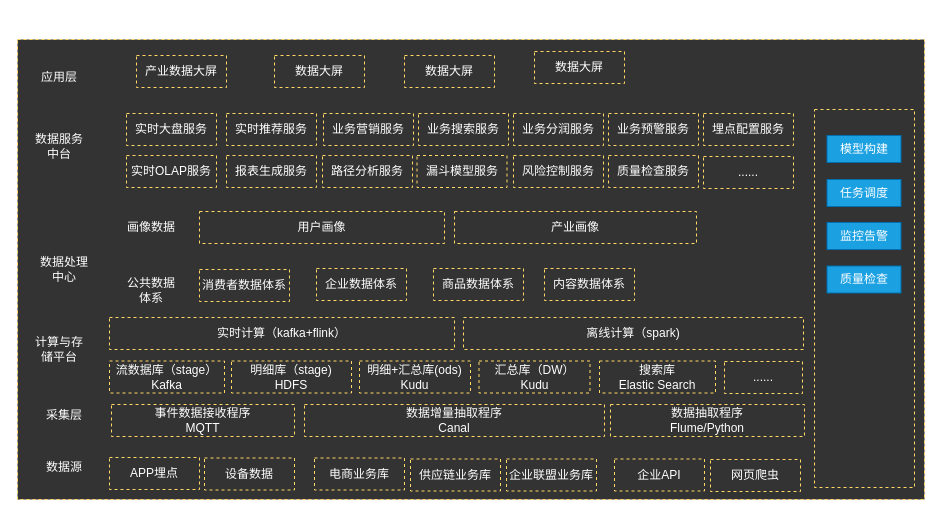
This is page "data-c" (5 of 5) of cgc/cgc-framework.drawio from kinvensan/drawio, a draw.io file, before an edit. Source tidied: cells renumbered, new cells numbered last; positions are measured from the earlier drawing's top-left corner, leaving out a move shared by most shapes. Both pictures are drawn from the tidied source at 100%, with x=0, y=0 at pixel (17, 39).
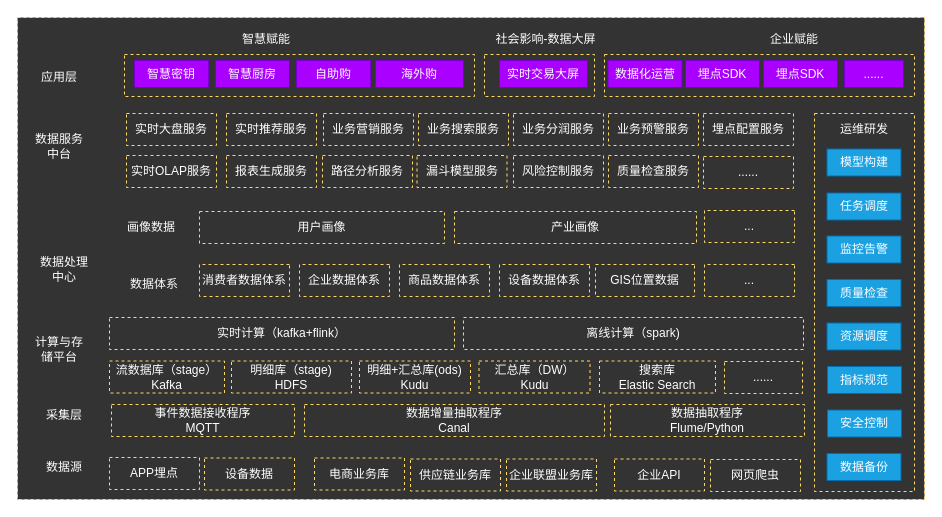
The same page after the edit.

Change to the diagram source:
```diff
@@
     <mxCell id="2" style="rounded=0;whiteSpace=wrap;html=1;dashed=1;strokeColor=#FFD966;fillColor=#333333;fontColor=#FFFFFF;" parent="1" vertex="1">
-      <mxGeometry width="907" height="460" as="geometry" />
+      <mxGeometry y="-22" width="907" height="482" as="geometry" />
     </mxCell>
@@
-    <mxCell id="18" value="&lt;span style=&quot;white-space: normal&quot;&gt;产业数据大屏&lt;br&gt;&lt;/span&gt;" style="rounded=0;whiteSpace=wrap;html=1;strokeColor=#FFD966;fontColor=#FFFFFF;fillColor=#333333;dashed=1;" parent="1" vertex="1">
-      <mxGeometry x="119" y="16" width="90" height="32" as="geometry" />
+    <mxCell id="18" value="&lt;span style=&quot;white-space: normal&quot;&gt;&lt;br&gt;&lt;/span&gt;" style="rounded=0;whiteSpace=wrap;html=1;strokeColor=#FFD966;fontColor=#FFFFFF;fillColor=#333333;dashed=1;" parent="1" vertex="1">
+      <mxGeometry x="107" y="15" width="350" height="42" as="geometry" />
     </mxCell>
-    <mxCell id="19" value="&lt;span style=&quot;white-space: normal&quot;&gt;数据大屏&lt;br&gt;&lt;/span&gt;" style="rounded=0;whiteSpace=wrap;html=1;strokeColor=#FFD966;fontColor=#FFFFFF;fillColor=#333333;dashed=1;" parent="1" vertex="1">
-      <mxGeometry x="257" y="16" width="90" height="32" as="geometry" />
+    <mxCell id="19" value="&lt;span style=&quot;white-space: normal&quot;&gt;&lt;br&gt;&lt;/span&gt;" style="rounded=0;whiteSpace=wrap;html=1;strokeColor=#FFD966;fontColor=#FFFFFF;fillColor=#333333;dashed=1;" parent="1" vertex="1">
+      <mxGeometry x="467" y="15" width="110" height="42" as="geometry" />
     </mxCell>
-    <mxCell id="20" value="&lt;span style=&quot;white-space: normal&quot;&gt;数据大屏&lt;br&gt;&lt;/span&gt;" style="rounded=0;whiteSpace=wrap;html=1;strokeColor=#FFD966;fontColor=#FFFFFF;fillColor=#333333;dashed=1;" parent="1" vertex="1">
-      <mxGeometry x="387" y="16" width="90" height="32" as="geometry" />
-    </mxCell>
@@
-    <mxCell id="37" value="公共数据体系" style="text;html=1;strokeColor=none;fillColor=none;align=center;verticalAlign=middle;whiteSpace=wrap;rounded=0;dashed=1;fontColor=#FFFFFF;" parent="1" vertex="1">
-      <mxGeometry x="104" y="241" width="60" height="20" as="geometry" />
+    <mxCell id="37" value="数据体系" style="text;html=1;strokeColor=none;fillColor=none;align=center;verticalAlign=middle;whiteSpace=wrap;rounded=0;dashed=1;fontColor=#FFFFFF;" parent="1" vertex="1">
+      <mxGeometry x="107" y="235" width="60" height="20" as="geometry" />
     </mxCell>
@@
-    <mxCell id="39" value="&lt;span style=&quot;white-space: normal&quot;&gt;数据大屏&lt;br&gt;&lt;/span&gt;" style="rounded=0;whiteSpace=wrap;html=1;strokeColor=#FFD966;fontColor=#FFFFFF;fillColor=#333333;dashed=1;" parent="1" vertex="1">
-      <mxGeometry x="517" y="12" width="90" height="32" as="geometry" />
-    </mxCell>
@@
-    <mxCell id="42" value="&lt;span style=&quot;white-space: normal&quot;&gt;消费者数据体系&lt;br&gt;&lt;/span&gt;" style="rounded=0;whiteSpace=wrap;html=1;strokeColor=#FFD966;fontColor=#FFFFFF;fillColor=#333333;dashed=1;" parent="1" vertex="1">
-      <mxGeometry x="182" y="230" width="90" height="32" as="geometry" />
+    <mxCell id="42" value="&lt;span style=&quot;white-space: normal&quot;&gt;消费者数据体系&lt;br&gt;&lt;/span&gt;" style="rounded=0;whiteSpace=wrap;html=1;strokeColor=#FFD966;fontColor=#FFFFFF;fillColor=#333333;dashed=1;flipH=1;" parent="1" vertex="1">
+      <mxGeometry x="182" y="225" width="90" height="32" as="geometry" />
     </mxCell>
-    <mxCell id="43" value="&lt;span style=&quot;white-space: normal&quot;&gt;企业数据体系&lt;br&gt;&lt;/span&gt;" style="rounded=0;whiteSpace=wrap;html=1;strokeColor=#FFD966;fontColor=#FFFFFF;fillColor=#333333;dashed=1;" parent="1" vertex="1">
-      <mxGeometry x="299" y="229" width="90" height="32" as="geometry" />
+    <mxCell id="43" value="&lt;span style=&quot;white-space: normal&quot;&gt;企业数据体系&lt;br&gt;&lt;/span&gt;" style="rounded=0;whiteSpace=wrap;html=1;strokeColor=#FFD966;fontColor=#FFFFFF;fillColor=#333333;dashed=1;flipH=1;" parent="1" vertex="1">
+      <mxGeometry x="282" y="225" width="90" height="32" as="geometry" />
     </mxCell>
-    <mxCell id="44" value="&lt;span style=&quot;white-space: normal&quot;&gt;商品数据体系&lt;br&gt;&lt;/span&gt;" style="rounded=0;whiteSpace=wrap;html=1;strokeColor=#FFD966;fontColor=#FFFFFF;fillColor=#333333;dashed=1;" parent="1" vertex="1">
-      <mxGeometry x="416" y="229" width="90" height="32" as="geometry" />
+    <mxCell id="44" value="&lt;span style=&quot;white-space: normal&quot;&gt;商品数据体系&lt;br&gt;&lt;/span&gt;" style="rounded=0;whiteSpace=wrap;html=1;strokeColor=#FFD966;fontColor=#FFFFFF;fillColor=#333333;dashed=1;flipH=1;" parent="1" vertex="1">
+      <mxGeometry x="382" y="225" width="90" height="32" as="geometry" />
     </mxCell>
-    <mxCell id="45" value="&lt;span style=&quot;white-space: normal&quot;&gt;内容数据体系&lt;br&gt;&lt;/span&gt;" style="rounded=0;whiteSpace=wrap;html=1;strokeColor=#FFD966;fontColor=#FFFFFF;fillColor=#333333;dashed=1;" parent="1" vertex="1">
-      <mxGeometry x="527" y="229" width="90" height="32" as="geometry" />
+    <mxCell id="45" value="&lt;span style=&quot;white-space: normal&quot;&gt;GIS位置数据&lt;br&gt;&lt;/span&gt;" style="rounded=0;whiteSpace=wrap;html=1;strokeColor=#FFD966;fontColor=#FFFFFF;fillColor=#333333;dashed=1;flipH=1;" parent="1" vertex="1">
+      <mxGeometry x="578" y="225" width="99" height="32" as="geometry" />
     </mxCell>
@@
     <mxCell id="53" value="&lt;span style=&quot;white-space: normal&quot;&gt;&lt;br&gt;&lt;/span&gt;" style="rounded=0;whiteSpace=wrap;html=1;strokeColor=#FFD966;fontColor=#FFFFFF;fillColor=#333333;dashed=1;" parent="1" vertex="1">
-      <mxGeometry x="797" y="70" width="100" height="378" as="geometry" />
+      <mxGeometry x="797" y="74" width="100" height="378" as="geometry" />
     </mxCell>
     <mxCell id="54" value="模型构建" style="rounded=0;whiteSpace=wrap;html=1;strokeColor=#006EAF;fillColor=#1ba1e2;fontColor=#ffffff;" parent="1" vertex="1">
-      <mxGeometry x="809.5" y="96" width="74" height="27" as="geometry" />
+      <mxGeometry x="809.5" y="109.5" width="74" height="27" as="geometry" />
     </mxCell>
     <mxCell id="55" value="任务调度" style="rounded=0;whiteSpace=wrap;html=1;strokeColor=#006EAF;fillColor=#1ba1e2;fontColor=#ffffff;" parent="1" vertex="1">
-      <mxGeometry x="809.5" y="140" width="74" height="27" as="geometry" />
+      <mxGeometry x="809.5" y="153.5" width="74" height="27" as="geometry" />
     </mxCell>
     <mxCell id="56" value="监控告警" style="rounded=0;whiteSpace=wrap;html=1;strokeColor=#006EAF;fillColor=#1ba1e2;fontColor=#ffffff;" parent="1" vertex="1">
-      <mxGeometry x="809.5" y="183" width="74" height="27" as="geometry" />
+      <mxGeometry x="809.5" y="196.5" width="74" height="27" as="geometry" />
     </mxCell>
     <mxCell id="57" value="质量检查" style="rounded=0;whiteSpace=wrap;html=1;strokeColor=#006EAF;fillColor=#1ba1e2;fontColor=#ffffff;" parent="1" vertex="1">
-      <mxGeometry x="809.5" y="226.5" width="74" height="27" as="geometry" />
+      <mxGeometry x="809.5" y="240" width="74" height="27" as="geometry" />
     </mxCell>
+    <mxCell id="58" value="智慧赋能" style="text;html=1;strokeColor=none;fillColor=none;align=center;verticalAlign=middle;whiteSpace=wrap;rounded=0;fontColor=#FFFFFF;" parent="1" vertex="1">
+      <mxGeometry x="211" y="-10" width="76" height="20" as="geometry" />
+    </mxCell>
+    <mxCell id="59" value="智慧密钥" style="rounded=0;whiteSpace=wrap;html=1;strokeColor=#7700CC;fillColor=#aa00ff;fontColor=#ffffff;" parent="1" vertex="1">
+      <mxGeometry x="117" y="21" width="74" height="27" as="geometry" />
+    </mxCell>
+    <mxCell id="60" value="&lt;span style=&quot;white-space: normal&quot;&gt;设备数据体系&lt;br&gt;&lt;/span&gt;" style="rounded=0;whiteSpace=wrap;html=1;strokeColor=#FFD966;fontColor=#FFFFFF;fillColor=#333333;dashed=1;flipH=1;" parent="1" vertex="1">
+      <mxGeometry x="482" y="225" width="90" height="32" as="geometry" />
+    </mxCell>
+    <mxCell id="61" value="智慧厨房" style="rounded=0;whiteSpace=wrap;html=1;strokeColor=#7700CC;fillColor=#aa00ff;fontColor=#ffffff;" parent="1" vertex="1">
+      <mxGeometry x="198" y="21" width="74" height="27" as="geometry" />
+    </mxCell>
+    <mxCell id="62" value="自助购" style="rounded=0;whiteSpace=wrap;html=1;strokeColor=#7700CC;fillColor=#aa00ff;fontColor=#ffffff;" parent="1" vertex="1">
+      <mxGeometry x="279" y="21" width="74" height="27" as="geometry" />
+    </mxCell>
+    <mxCell id="63" value="社会影响-数据大屏" style="text;html=1;strokeColor=none;fillColor=none;align=center;verticalAlign=middle;whiteSpace=wrap;rounded=0;fontColor=#FFFFFF;" parent="1" vertex="1">
+      <mxGeometry x="472" y="-10" width="113" height="20" as="geometry" />
+    </mxCell>
+    <mxCell id="64" value="实时交易大屏" style="rounded=0;whiteSpace=wrap;html=1;strokeColor=#7700CC;fillColor=#aa00ff;fontColor=#ffffff;" parent="1" vertex="1">
+      <mxGeometry x="482" y="21" width="88" height="27" as="geometry" />
+    </mxCell>
+    <mxCell id="65" value="海外购" style="rounded=0;whiteSpace=wrap;html=1;strokeColor=#7700CC;fillColor=#aa00ff;fontColor=#ffffff;" parent="1" vertex="1">
+      <mxGeometry x="358" y="21" width="88" height="27" as="geometry" />
+    </mxCell>
+    <mxCell id="66" value="&lt;span style=&quot;white-space: normal&quot;&gt;...&lt;br&gt;&lt;/span&gt;" style="rounded=0;whiteSpace=wrap;html=1;strokeColor=#FFD966;fontColor=#FFFFFF;fillColor=#333333;dashed=1;flipH=1;" parent="1" vertex="1">
+      <mxGeometry x="687" y="225" width="90" height="32" as="geometry" />
+    </mxCell>
+    <mxCell id="67" value="&lt;span style=&quot;white-space: normal&quot;&gt;...&lt;br&gt;&lt;/span&gt;" style="rounded=0;whiteSpace=wrap;html=1;strokeColor=#FFD966;fontColor=#FFFFFF;fillColor=#333333;dashed=1;flipH=1;" parent="1" vertex="1">
+      <mxGeometry x="687" y="171" width="90" height="32" as="geometry" />
+    </mxCell>
+    <mxCell id="68" value="资源调度" style="rounded=0;whiteSpace=wrap;html=1;strokeColor=#006EAF;fillColor=#1ba1e2;fontColor=#ffffff;" parent="1" vertex="1">
+      <mxGeometry x="809.5" y="283.5" width="74" height="27" as="geometry" />
+    </mxCell>
+    <mxCell id="69" value="指标规范" style="rounded=0;whiteSpace=wrap;html=1;strokeColor=#006EAF;fillColor=#1ba1e2;fontColor=#ffffff;" parent="1" vertex="1">
+      <mxGeometry x="810" y="327" width="74" height="27" as="geometry" />
+    </mxCell>
+    <mxCell id="70" value="&lt;span style=&quot;white-space: normal&quot;&gt;&lt;br&gt;&lt;/span&gt;" style="rounded=0;whiteSpace=wrap;html=1;strokeColor=#FFD966;fontColor=#FFFFFF;fillColor=#333333;dashed=1;" parent="1" vertex="1">
+      <mxGeometry x="587" y="15" width="310" height="42" as="geometry" />
+    </mxCell>
+    <mxCell id="71" value="数据化运营" style="rounded=0;whiteSpace=wrap;html=1;strokeColor=#7700CC;fillColor=#aa00ff;fontColor=#ffffff;" parent="1" vertex="1">
+      <mxGeometry x="590.5" y="21" width="74" height="27" as="geometry" />
+    </mxCell>
+    <mxCell id="72" value="企业赋能" style="text;html=1;strokeColor=none;fillColor=none;align=center;verticalAlign=middle;whiteSpace=wrap;rounded=0;fontColor=#FFFFFF;" parent="1" vertex="1">
+      <mxGeometry x="739" y="-10" width="76" height="20" as="geometry" />
+    </mxCell>
+    <mxCell id="73" value="埋点SDK" style="rounded=0;whiteSpace=wrap;html=1;strokeColor=#7700CC;fillColor=#aa00ff;fontColor=#ffffff;" parent="1" vertex="1">
+      <mxGeometry x="668" y="21" width="74" height="27" as="geometry" />
+    </mxCell>
+    <mxCell id="74" value="......" style="rounded=0;whiteSpace=wrap;html=1;strokeColor=#7700CC;fillColor=#aa00ff;fontColor=#ffffff;" parent="1" vertex="1">
+      <mxGeometry x="827" y="21" width="59" height="27" as="geometry" />
+    </mxCell>
+    <mxCell id="75" value="安全控制" style="rounded=0;whiteSpace=wrap;html=1;strokeColor=#006EAF;fillColor=#1ba1e2;fontColor=#ffffff;" parent="1" vertex="1">
+      <mxGeometry x="810" y="370.5" width="74" height="27" as="geometry" />
+    </mxCell>
+    <mxCell id="76" value="数据备份" style="rounded=0;whiteSpace=wrap;html=1;strokeColor=#006EAF;fillColor=#1ba1e2;fontColor=#ffffff;" parent="1" vertex="1">
+      <mxGeometry x="809.5" y="414" width="74" height="27" as="geometry" />
+    </mxCell>
+    <mxCell id="77" value="运维研发" style="text;html=1;strokeColor=none;fillColor=none;align=center;verticalAlign=middle;whiteSpace=wrap;rounded=0;fontColor=#FFFFFF;" parent="1" vertex="1">
+      <mxGeometry x="817" y="80" width="60" height="20" as="geometry" />
+    </mxCell>
+    <mxCell id="78" value="埋点SDK" style="rounded=0;whiteSpace=wrap;html=1;strokeColor=#7700CC;fillColor=#aa00ff;fontColor=#ffffff;" parent="1" vertex="1">
+      <mxGeometry x="746" y="21" width="74" height="27" as="geometry" />
+    </mxCell>
```
